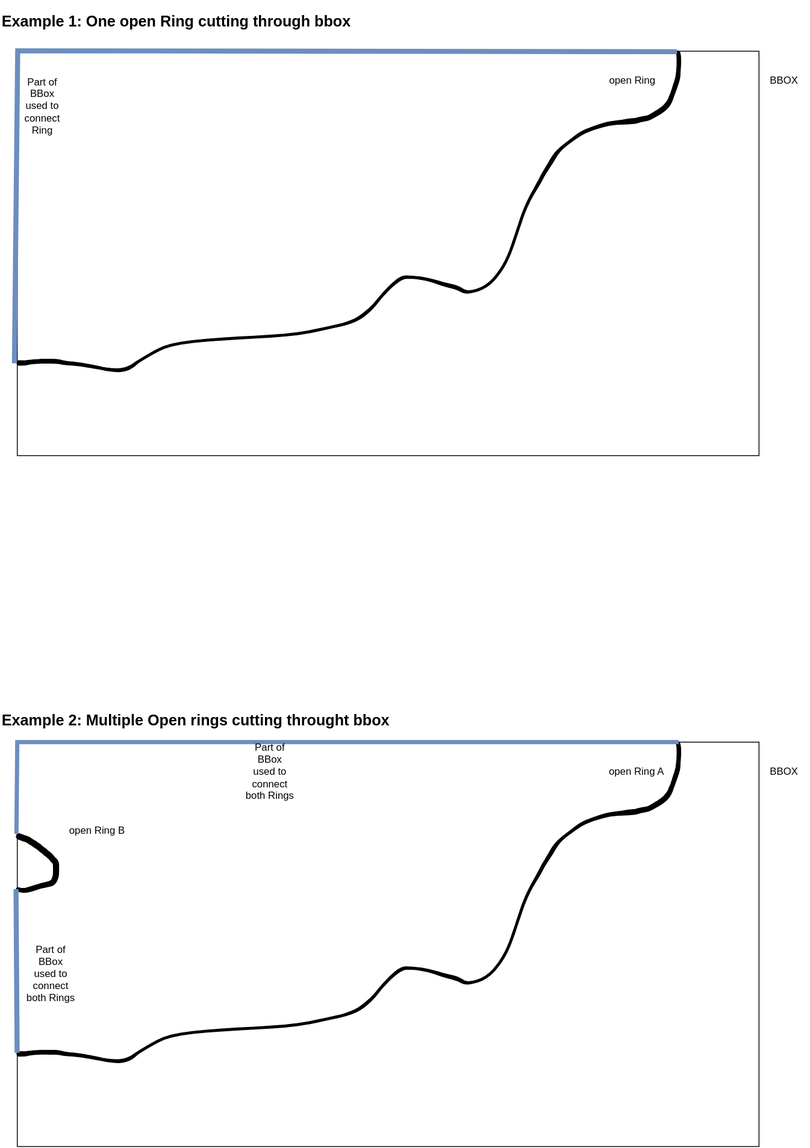
jkoan/navit-vis-ideas keeps this draw.io diagram as osmcoastline.drawio.svg. Above is the earlier version. Source tidied: cells renumbered, new cells last; positions are measured from the earlier drawing's top-left corner, leaving out a move shared by most shapes.
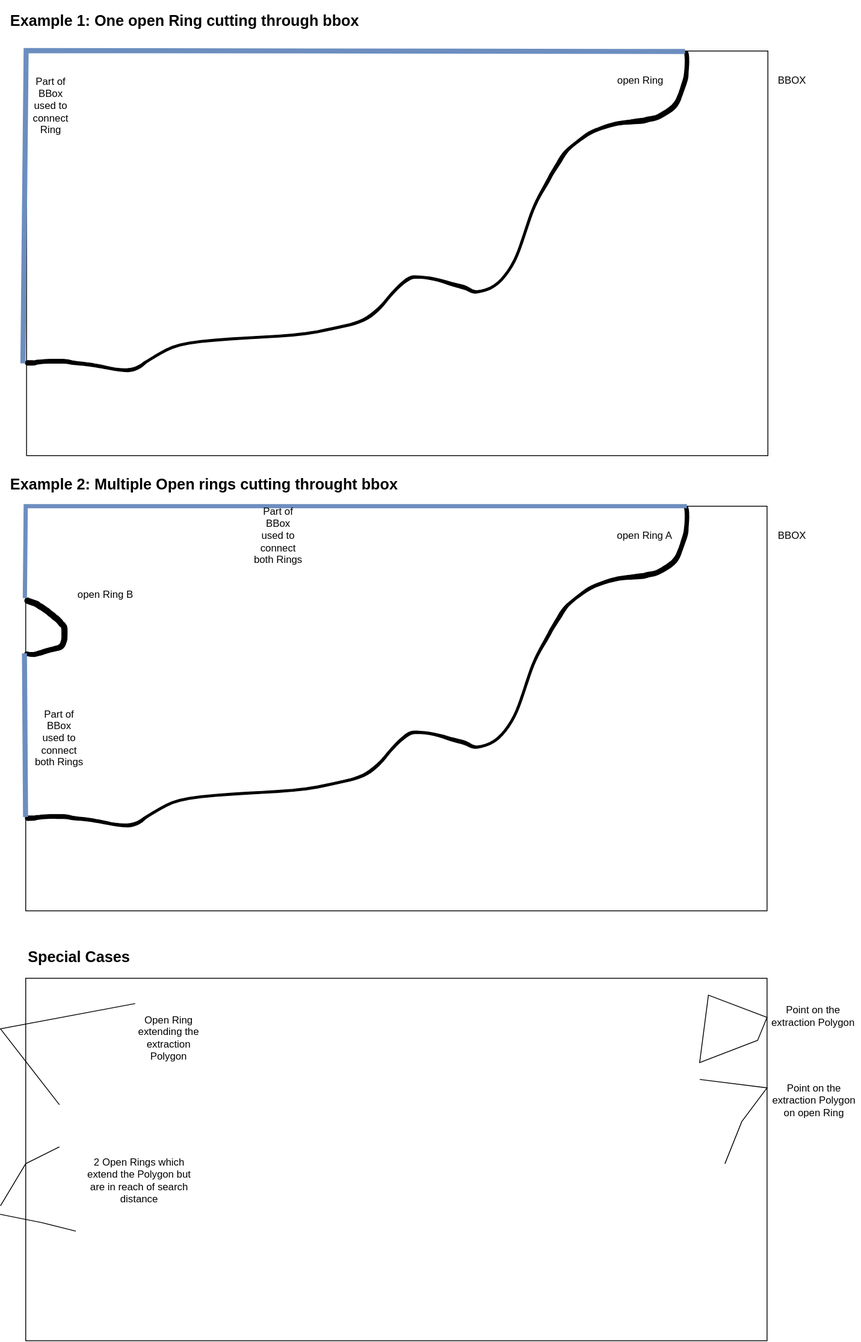
The same file after the commit.

Change to the diagram source:
```diff
@@ -2,27 +2,30 @@
   <root>
     <mxCell id="0" />
     <mxCell id="1" parent="0" />
+    <mxCell id="20" style="rounded=0;whiteSpace=wrap;html=1;fillColor=none;" parent="1" vertex="1">
+      <mxGeometry x="20" y="1430" width="880" height="430" as="geometry" />
+    </mxCell>
     <mxCell id="2" style="rounded=0;whiteSpace=wrap;html=1;fillColor=none;" parent="1" vertex="1">
-      <mxGeometry x="20" y="50" width="880" height="480" as="geometry" />
+      <mxGeometry x="21" y="330" width="880" height="480" as="geometry" />
     </mxCell>
     <mxCell id="3" style="shape=(stored shape, 4136 characters);lineShape=1;strokeColor=default;" parent="1" vertex="1">
-      <mxGeometry x="19.5" y="49.9" width="787.6" height="380.6" as="geometry" />
+      <mxGeometry x="19.5" y="329.9" width="787.6" height="380.6" as="geometry" />
     </mxCell>
     <mxCell id="4" value="BBOX" style="text;html=1;whiteSpace=wrap;strokeColor=none;fillColor=none;align=center;verticalAlign=middle;rounded=0;" parent="1" vertex="1">
-      <mxGeometry x="900" y="70" width="60" height="30" as="geometry" />
+      <mxGeometry x="900" y="350" width="60" height="30" as="geometry" />
     </mxCell>
     <mxCell id="5" value="open Ring" style="text;html=1;whiteSpace=wrap;strokeColor=none;fillColor=none;align=center;verticalAlign=middle;rounded=0;" parent="1" vertex="1">
-      <mxGeometry x="720" y="70" width="60" height="30" as="geometry" />
+      <mxGeometry x="720" y="350" width="60" height="30" as="geometry" />
     </mxCell>
     <mxCell id="6" style="endArrow=none;html=1;rounded=0;fillColor=#dae8fc;strokeColor=#6c8ebf;strokeWidth=6;entryX=0.995;entryY=0.003;entryDx=0;entryDy=0;entryPerimeter=0;exitX=-0.003;exitY=0.975;exitDx=0;exitDy=0;exitPerimeter=0;" parent="1" edge="1" source="3" target="3">
       <mxGeometry relative="1" as="geometry">
         <Array as="points">
-          <mxPoint x="21" y="50" />
+          <mxPoint x="21" y="330" />
         </Array>
       </mxGeometry>
     </mxCell>
     <mxCell id="7" value="Part of BBox used to connect Ring" style="text;html=1;whiteSpace=wrap;strokeColor=none;fillColor=none;align=center;verticalAlign=middle;rounded=0;" parent="1" vertex="1">
-      <mxGeometry x="19.5" y="100" width="60" height="30" as="geometry" />
+      <mxGeometry x="19.5" y="380" width="60" height="30" as="geometry" />
     </mxCell>
     <mxCell id="8" style="rounded=0;whiteSpace=wrap;html=1;fillColor=none;" parent="1" vertex="1">
       <mxGeometry x="20" y="870" width="880" height="480" as="geometry" />
@@ -62,7 +65,62 @@
       <mxGeometry y="830" width="550" height="30" as="geometry" />
     </mxCell>
     <mxCell id="19" value="&lt;h2 align=&quot;left&quot;&gt;Example 1: One open Ring cutting through bbox&lt;/h2&gt;" style="text;html=1;whiteSpace=wrap;strokeColor=none;fillColor=none;align=left;verticalAlign=middle;rounded=0;" parent="1" vertex="1">
-      <mxGeometry y="-0.1" width="550" height="30" as="geometry" />
+      <mxGeometry y="279.9" width="550" height="30" as="geometry" />
     </mxCell>
+    <mxCell id="21" style="shape=mxgraph.basic.polygon;polyCoords=[[0.13,0],[0,1],[0.86,0.67],[1,0.33]];polyCurves=[[],[],[],[]];polyline=0;whiteSpace=wrap;html=1;fillColor=none;" parent="1" vertex="1">
+      <mxGeometry x="820" y="1450" width="80" height="80" as="geometry" />
+    </mxCell>
+    <mxCell id="22" value="Point on the extraction Polygon" style="text;html=1;whiteSpace=wrap;strokeColor=none;fillColor=none;align=center;verticalAlign=middle;rounded=0;" parent="1" vertex="1">
+      <mxGeometry x="900" y="1450" width="110" height="50" as="geometry" />
+    </mxCell>
+    <mxCell id="23" value="&lt;h2&gt;Special Cases&lt;/h2&gt;" style="text;html=1;whiteSpace=wrap;strokeColor=none;fillColor=none;align=left;verticalAlign=middle;rounded=0;" parent="1" vertex="1">
+      <mxGeometry x="21" y="1390" width="550" height="30" as="geometry" />
+    </mxCell>
+    <mxCell id="24" style="endArrow=none;html=1;rounded=0;" parent="1" edge="1">
+      <mxGeometry relative="1" as="geometry">
+        <mxPoint x="850" y="1650" as="sourcePoint" />
+        <mxPoint x="820" y="1550" as="targetPoint" />
+        <Array as="points">
+          <mxPoint x="870" y="1600" />
+          <mxPoint x="900" y="1560" />
+        </Array>
+      </mxGeometry>
+    </mxCell>
+    <mxCell id="25" value="Point on the extraction Polygon on open Ring" style="text;html=1;whiteSpace=wrap;strokeColor=none;fillColor=none;align=center;verticalAlign=middle;rounded=0;" parent="1" vertex="1">
+      <mxGeometry x="901" y="1550" width="110" height="50" as="geometry" />
+    </mxCell>
+    <mxCell id="26" style="endArrow=none;html=1;rounded=0;" parent="1" edge="1">
+      <mxGeometry relative="1" as="geometry">
+        <mxPoint x="60" y="1580" as="sourcePoint" />
+        <mxPoint x="150" y="1460" as="targetPoint" />
+        <Array as="points">
+          <mxPoint x="-10" y="1490" />
+        </Array>
+      </mxGeometry>
+    </mxCell>
+    <mxCell id="27" value="Open Ring extending the extraction Polygon" style="text;html=1;whiteSpace=wrap;strokeColor=none;fillColor=none;align=center;verticalAlign=middle;rounded=0;" parent="1" vertex="1">
+      <mxGeometry x="140" y="1471" width="100" height="59" as="geometry" />
+    </mxCell>
+    <mxCell id="28" style="endArrow=none;html=1;rounded=0;" parent="1" edge="1">
+      <mxGeometry relative="1" as="geometry">
+        <mxPoint x="-10" y="1700" as="sourcePoint" />
+        <mxPoint x="60" y="1630" as="targetPoint" />
+        <Array as="points">
+          <mxPoint x="20" y="1650" />
+        </Array>
+      </mxGeometry>
+    </mxCell>
+    <mxCell id="29" style="endArrow=none;html=1;rounded=0;" parent="1" edge="1">
+      <mxGeometry relative="1" as="geometry">
+        <mxPoint x="-10.5" y="1710" as="sourcePoint" />
+        <mxPoint x="79.5" y="1730" as="targetPoint" />
+        <Array as="points">
+          <mxPoint x="39.5" y="1720" />
+        </Array>
+      </mxGeometry>
+    </mxCell>
+    <mxCell id="30" value="2 Open Rings which extend the Polygon but are in reach of search distance" style="text;html=1;whiteSpace=wrap;strokeColor=none;fillColor=none;align=center;verticalAlign=middle;rounded=0;" parent="1" vertex="1">
+      <mxGeometry x="90" y="1640" width="130" height="60" as="geometry" />
+    </mxCell>
   </root>
 </mxGraphModel>
```
